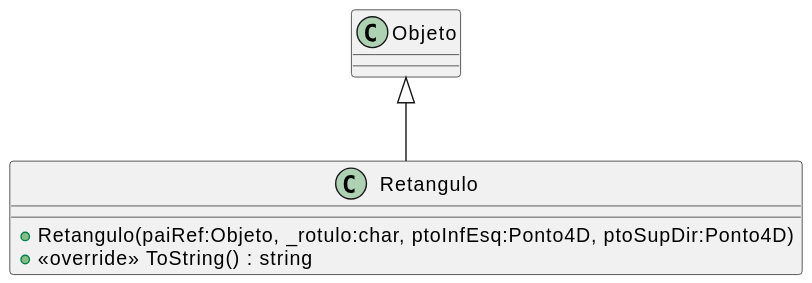
The PlantUML diagram svg/Unidade2/CG_N2_Exemplo/plantuml/Retangulo.svg in majutestoni/disciplina_CG_2025_1, before a commit.
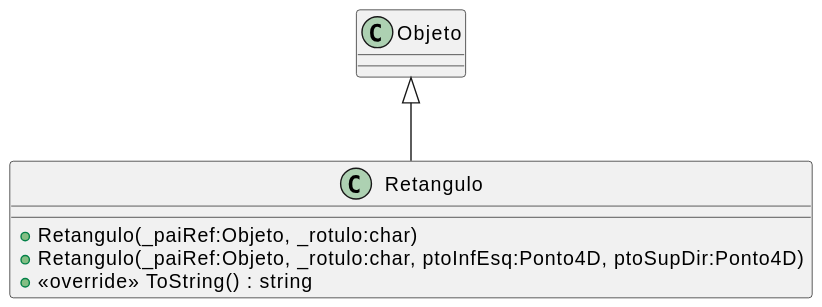
Above is the later version.

What changed in the source:
```diff
@@ -1,6 +1,7 @@
 @startuml
 class Retangulo {
-    + Retangulo(paiRef:Objeto, _rotulo:char, ptoInfEsq:Ponto4D, ptoSupDir:Ponto4D)
+    + Retangulo(_paiRef:Objeto, _rotulo:char)
+    + Retangulo(_paiRef:Objeto, _rotulo:char, ptoInfEsq:Ponto4D, ptoSupDir:Ponto4D)
     + <<override>> ToString() : string
 }
 Objeto <|-- Retangulo
```
